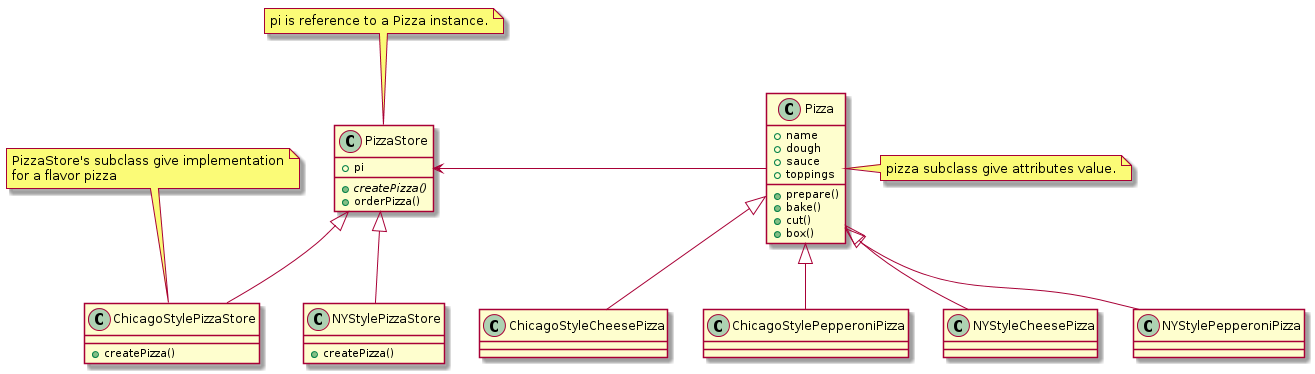
Before: factory_chapter4/franchise_graph.png, a diagram exported from PlantUML (weiwang-linda/design_pattern). Its diagram source:
```plantuml
@startuml
class Pizza {
	+name
	+dough
	+sauce
	+toppings

	+prepare()
	+bake()
	+cut()
	+box()
}

NYStyleCheesePizza -up-|> Pizza
NYStylePepperoniPizza -up-|> Pizza
ChicagoStyleCheesePizza -up-|> Pizza
ChicagoStylePepperoniPizza -up-|> Pizza

note right of Pizza
pizza subclass give attributes value.
end note

class PizzaStore {
	+pi
	+{abstract}createPizza()
	+orderPizza()
}

note top of PizzaStore
pi is reference to a Pizza instance.
end note

class NYStylePizzaStore {
	+createPizza()
}

class ChicagoStylePizzaStore {
	+createPizza()
}

note top of ChicagoStylePizzaStore
PizzaStore's subclass give implementation
for a flavor pizza
end note


PizzaStore <|-down- NYStylePizzaStore
PizzaStore <|-down- ChicagoStylePizzaStore


PizzaStore <-left- Pizza
@enduml
```
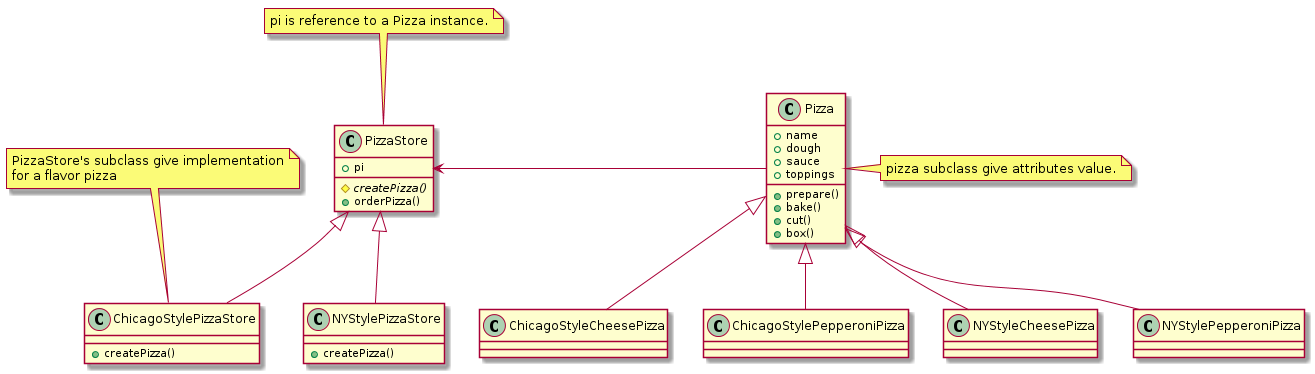
Later version of the same file.

The edit, as a diff of the source:
```diff
@@ -22,7 +22,7 @@
 
 class PizzaStore {
 	+pi
-	+{abstract}createPizza()
+	#{abstract}createPizza()
 	+orderPizza()
 }
 
```
